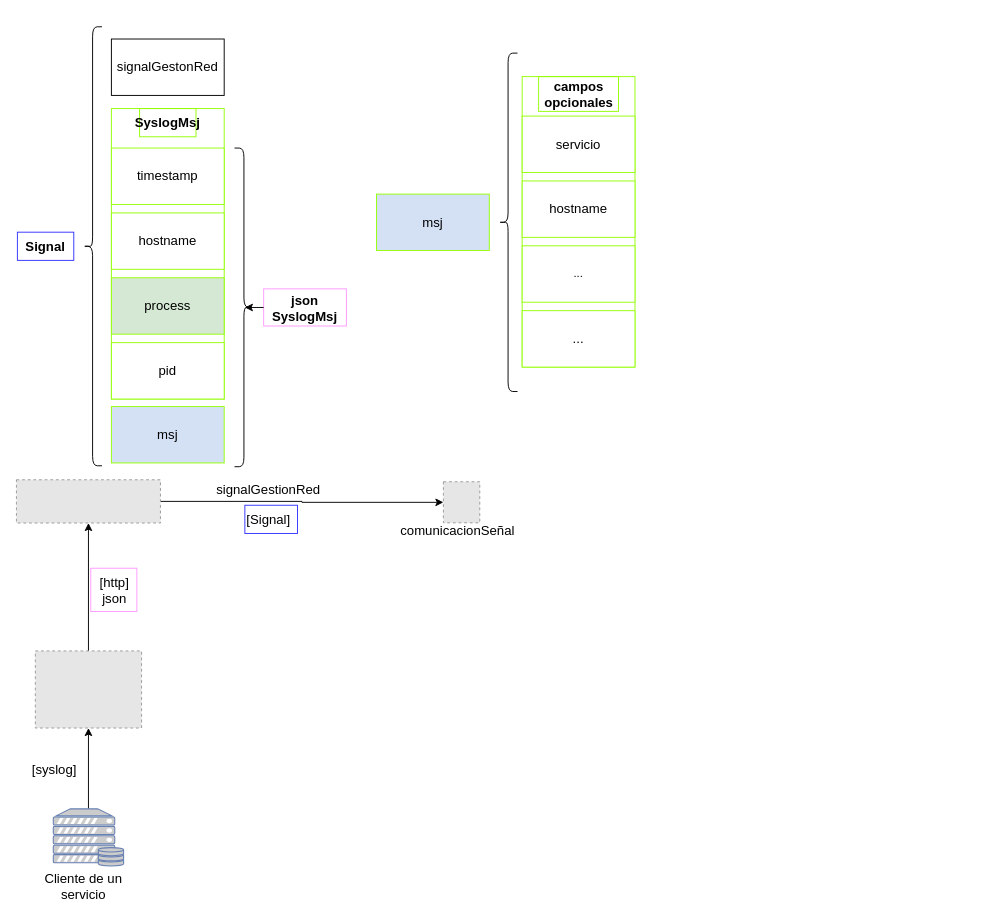
Earlier version of the draw.io diagram page "logstash-gestionRed-comunicacionSeñal" (1 of 4) of esquemaProcesos.drawio (MarianaReyesH/gestionRed). Source tidied: cells renumbered, new cells numbered last; positions are measured from the earlier drawing's top-left corner, leaving out a move shared by most shapes. Both pictures are drawn from the tidied source at 94%, with x=0, y=0 at pixel (16, 26). Pictures stored in the file or linked from it are replaced by grey dashed boxes.
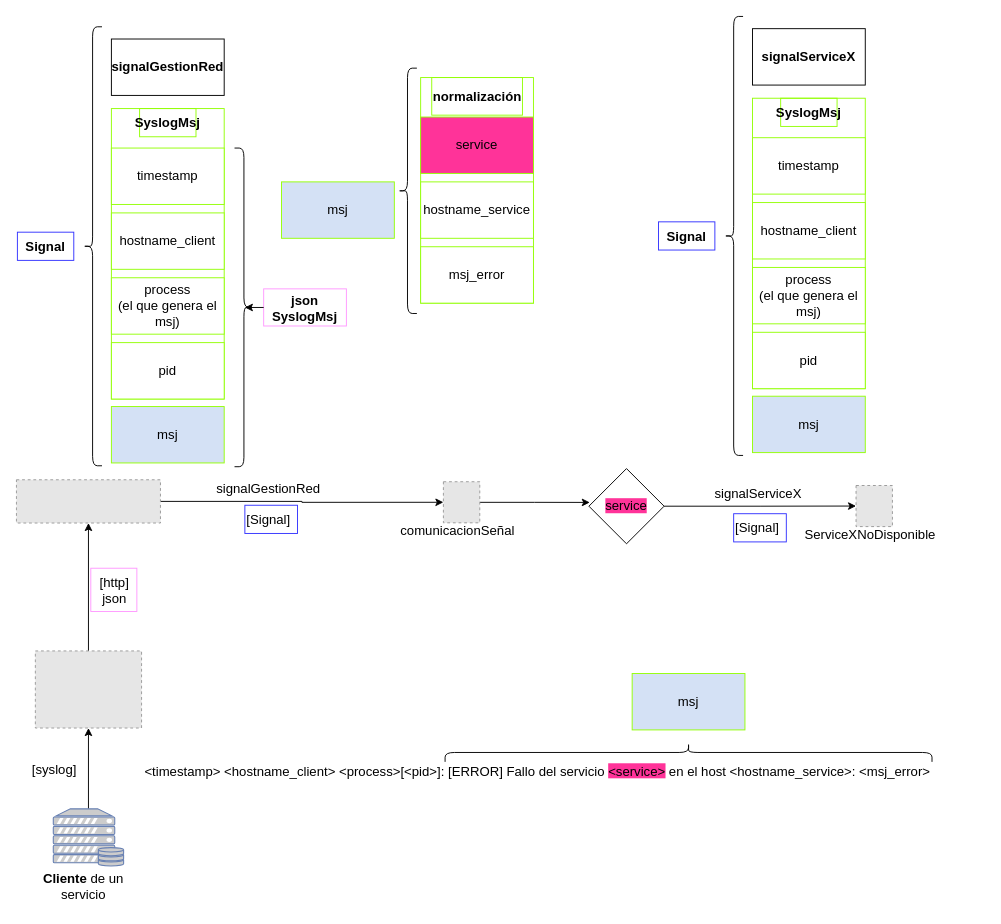
The same page after the edit.

Commit message (it also covers changes not shown here):
Fallo WIH - no aparece el .wid en el proceso serviceMailNoDisponible

The change refers to these unchanged cells:
```xml
<mxCell id="3" style="fillColor=#E6E6E6;strokeColor=#999999;dashed=1;verticalLabelPosition=bottom;labelBackgroundColor=default;verticalAlign=top;" parent="2" vertex="1">
  <mxGeometry x="57.2" width="38.7" height="43.7" as="geometry" />
</mxCell>
<mxCell id="6" style="fillColor=#E6E6E6;strokeColor=#999999;dashed=1;verticalLabelPosition=bottom;labelBackgroundColor=default;verticalAlign=top;" parent="1" vertex="1">
  <mxGeometry y="481.9" width="153.2" height="46" as="geometry" />
</mxCell>
<mxCell id="14" style="group;" parent="13" vertex="1">
  <mxGeometry width="220" height="467" as="geometry" />
</mxCell>
<mxCell id="15" style="group;strokeColor=#94FF08;" parent="14" vertex="1">
  <mxGeometry x="100" y="87" width="120" height="309" as="geometry" />
</mxCell>
```

What changed in the source:
```diff
@@
     <mxCell id="2" style="group;" parent="1" vertex="1">
-      <mxGeometry x="397" y="484" width="272" height="223" as="geometry" />
+      <mxGeometry x="397" y="484" width="378" height="264" as="geometry" />
     </mxCell>
+    <mxCell id="39" style="edgeStyle=orthogonalEdgeStyle;rounded=0;jettySize=auto;html=1;entryX=0.012;entryY=0.45;entryDx=0;entryDy=0;entryPerimeter=0;" parent="2" edge="1" source="3" target="40">
+      <mxGeometry relative="1" as="geometry" />
+    </mxCell>
@@
+    <mxCell id="40" value="&lt;span style=&quot;font-size: 14px; background-color: rgb(255, 51, 153);&quot;&gt;service&lt;/span&gt;" style="rhombus;whiteSpace=wrap;html=1;" parent="2" vertex="1">
+      <mxGeometry x="212" y="-14" width="80" height="80" as="geometry" />
+    </mxCell>
+    <mxCell id="41" value="&lt;font style=&quot;font-size: 14px;&quot;&gt;msj&lt;/font&gt;" style="rounded=0;whiteSpace=wrap;html=1;strokeColor=#94FF08;fillColor=#D4E1F5;" parent="2" vertex="1">
+      <mxGeometry x="258" y="204" width="120" height="60" as="geometry" />
+    </mxCell>
-    <mxCell id="5" style="edgeStyle=orthogonalEdgeStyle;rounded=0;jettySize=auto;html=1;" parent="1" edge="1" source="6" target="3">
+    <mxCell id="5" style="edgeStyle=orthogonalEdgeStyle;rounded=0;jettySize=auto;html=1;entryX=0;entryY=0.5;entryDx=0;entryDy=0;" parent="1" edge="1" source="6" target="3">
       <mxGeometry relative="1" as="geometry" />
     </mxCell>
@@
-    <mxCell id="17" value="&lt;font style=&quot;font-size: 14px;&quot;&gt;hostname&lt;/font&gt;" style="rounded=0;whiteSpace=wrap;html=1;strokeColor=#94FF08;" parent="15" vertex="1">
+    <mxCell id="17" value="&lt;font style=&quot;font-size: 14px;&quot;&gt;hostname_client&lt;/font&gt;" style="rounded=0;whiteSpace=wrap;html=1;strokeColor=#94FF08;" parent="15" vertex="1">
       <mxGeometry y="111" width="120" height="60" as="geometry" />
     </mxCell>
-    <mxCell id="18" value="&lt;font style=&quot;font-size: 14px;&quot;&gt;process&lt;/font&gt;" style="rounded=0;whiteSpace=wrap;html=1;strokeColor=#94FF08;fillColor=#D5E8D4;" parent="15" vertex="1">
+    <mxCell id="18" value="&lt;font style=&quot;font-size: 14px;&quot;&gt;process&lt;/font&gt;&lt;div&gt;&lt;font style=&quot;font-size: 14px;&quot;&gt;(el que genera el msj)&lt;/font&gt;&lt;/div&gt;" style="rounded=0;whiteSpace=wrap;html=1;strokeColor=#94FF08;fillColor=#FFFFFF;" parent="15" vertex="1">
       <mxGeometry y="180" width="120" height="60" as="geometry" />
     </mxCell>
@@
-    <mxCell id="22" value="&lt;font style=&quot;font-size: 14px;&quot;&gt;signalGestonRed&lt;/font&gt;" style="rounded=0;whiteSpace=wrap;html=1;" parent="14" vertex="1">
+    <mxCell id="22" value="&lt;font style=&quot;font-size: 14px;&quot;&gt;&lt;b&gt;signalGestionRed&lt;/b&gt;&lt;/font&gt;" style="rounded=0;whiteSpace=wrap;html=1;" parent="14" vertex="1">
       <mxGeometry x="100" y="13" width="120" height="60" as="geometry" />
     </mxCell>
@@
-    <mxCell id="30" value="&lt;font style=&quot;font-size: 14px;&quot;&gt;Cliente de un&lt;/font&gt;&lt;div&gt;&lt;font style=&quot;font-size: 14px;&quot;&gt;servicio&lt;/font&gt;&lt;/div&gt;" style="text;html=1;align=center;verticalAlign=middle;strokeColor=none;fillColor=none;" parent="1" vertex="1">
-      <mxGeometry x="20.1" y="891" width="101" height="46" as="geometry" />
+    <mxCell id="30" value="&lt;font style=&quot;font-size: 14px;&quot;&gt;&lt;b&gt;Cliente &lt;/b&gt;de un&lt;/font&gt;&lt;div&gt;&lt;font style=&quot;font-size: 14px;&quot;&gt;servicio&lt;/font&gt;&lt;/div&gt;" style="text;html=1;align=center;verticalAlign=middle;strokeColor=none;fillColor=none;" parent="1" vertex="1">
+      <mxGeometry x="19.1" y="891" width="104" height="46" as="geometry" />
     </mxCell>
     <mxCell id="31" style="shape=curlyBracket;whiteSpace=wrap;html=1;rounded=1;labelPosition=left;verticalLabelPosition=middle;align=right;verticalAlign=middle;" parent="1" vertex="1">
-      <mxGeometry x="513" y="28" width="20" height="360" as="geometry" />
+      <mxGeometry x="406" y="44" width="20" height="261" as="geometry" />
     </mxCell>
     <mxCell id="32" value="&lt;font style=&quot;font-size: 14px;&quot;&gt;msj&lt;/font&gt;" style="rounded=0;whiteSpace=wrap;html=1;strokeColor=#94FF08;fillColor=#D4E1F5;" parent="1" vertex="1">
-      <mxGeometry x="383" y="178" width="120" height="60" as="geometry" />
+      <mxGeometry x="282" y="165" width="120" height="60" as="geometry" />
     </mxCell>
-    <mxCell id="33" style="group;strokeColor=#94FF08;" parent="1" vertex="1">
-      <mxGeometry x="538" y="53" width="120" height="309" as="geometry" />
-    </mxCell>
-    <mxCell id="34" value="&lt;font style=&quot;font-size: 14px;&quot;&gt;servicio&lt;/font&gt;" style="rounded=0;whiteSpace=wrap;html=1;strokeColor=#94FF08;" parent="33" vertex="1">
-      <mxGeometry y="42" width="120" height="60" as="geometry" />
-    </mxCell>
-    <mxCell id="35" value="&lt;font style=&quot;font-size: 14px;&quot;&gt;hostname&lt;/font&gt;" style="rounded=0;whiteSpace=wrap;html=1;strokeColor=#94FF08;" parent="33" vertex="1">
-      <mxGeometry y="111" width="120" height="60" as="geometry" />
-    </mxCell>
-    <mxCell id="36" value="..." style="rounded=0;whiteSpace=wrap;html=1;strokeColor=#94FF08;fillColor=#FFFFFF;" parent="33" vertex="1">
-      <mxGeometry y="180" width="120" height="60" as="geometry" />
-    </mxCell>
-    <mxCell id="37" value="&lt;b&gt;&lt;font style=&quot;font-size: 14px;&quot;&gt;campos opcionales&lt;/font&gt;&lt;/b&gt;" style="text;html=1;align=center;verticalAlign=middle;whiteSpace=wrap;rounded=0;strokeColor=#94FF08;" parent="33" vertex="1">
-      <mxGeometry x="17.5" width="85" height="37" as="geometry" />
-    </mxCell>
-    <mxCell id="38" value="&lt;span style=&quot;font-size: 14px;&quot;&gt;...&lt;/span&gt;" style="rounded=0;whiteSpace=wrap;html=1;strokeColor=#94FF08;" parent="33" vertex="1">
-      <mxGeometry y="249" width="120" height="60" as="geometry" />
-    </mxCell>
+    <mxCell id="42" value="&lt;font style=&quot;font-size: 14px;&quot;&gt;&amp;lt;timestamp&amp;gt; &amp;lt;hostname_client&amp;gt; &amp;lt;process&amp;gt;[&amp;lt;pid&amp;gt;]: [ERROR] Fallo del servicio &lt;span style=&quot;background-color: rgb(255, 51, 153);&quot;&gt;&amp;lt;service&amp;gt;&lt;/span&gt; en el host &amp;lt;hostname_service&amp;gt;: &amp;lt;msj_error&amp;gt;&lt;/font&gt;" style="text;html=1;align=center;verticalAlign=middle;whiteSpace=wrap;rounded=0;" parent="1" vertex="1">
+      <mxGeometry x="79.1" y="776" width="950.9" height="32" as="geometry" />
+    </mxCell>
+    <mxCell id="43" style="fillColor=#E6E6E6;strokeColor=#999999;dashed=1;verticalLabelPosition=bottom;labelBackgroundColor=default;verticalAlign=top;" parent="1" vertex="1">
+      <mxGeometry x="893.2" y="488" width="38.7" height="43.7" as="geometry" />
+    </mxCell>
+    <mxCell id="44" value="&lt;span style=&quot;font-size: 14px;&quot;&gt;ServiceXNoDisponible&lt;/span&gt;" style="text;html=1;align=center;verticalAlign=middle;whiteSpace=wrap;rounded=0;" parent="1" vertex="1">
+      <mxGeometry x="832" y="518" width="153" height="43.1" as="geometry" />
+    </mxCell>
+    <mxCell id="45" style="edgeStyle=orthogonalEdgeStyle;rounded=0;jettySize=auto;html=1;entryX=0;entryY=0.5;entryDx=0;entryDy=0;exitX=1;exitY=0.5;exitDx=0;exitDy=0;" parent="1" edge="1" source="40" target="43">
+      <mxGeometry relative="1" as="geometry" />
+    </mxCell>
+    <mxCell id="46" value="&lt;span style=&quot;color: rgb(0, 0, 0); font-family: Helvetica; font-size: 14px; font-style: normal; font-variant-ligatures: normal; font-variant-caps: normal; font-weight: 400; letter-spacing: normal; orphans: 2; text-align: center; text-indent: 0px; text-transform: none; widows: 2; word-spacing: 0px; -webkit-text-stroke-width: 0px; white-space: normal; background-color: rgb(255, 255, 255); text-decoration-thickness: initial; text-decoration-style: initial; text-decoration-color: initial; display: inline !important; float: none;&quot;&gt;signalServiceX&lt;/span&gt;" style="text;whiteSpace=wrap;html=1;" parent="1" vertex="1">
+      <mxGeometry x="741" y="481.9" width="149" height="39" as="geometry" />
+    </mxCell>
+    <mxCell id="47" style="group;" parent="1" vertex="1">
+      <mxGeometry x="683" y="-11" width="220" height="467" as="geometry" />
+    </mxCell>
+    <mxCell id="48" style="group;strokeColor=#94FF08;" parent="47" vertex="1">
+      <mxGeometry x="100" y="87" width="120" height="309" as="geometry" />
+    </mxCell>
+    <mxCell id="49" value="&lt;font style=&quot;font-size: 14px;&quot;&gt;timestamp&lt;/font&gt;" style="rounded=0;whiteSpace=wrap;html=1;strokeColor=#94FF08;" parent="48" vertex="1">
+      <mxGeometry y="42" width="120" height="60" as="geometry" />
+    </mxCell>
+    <mxCell id="50" value="&lt;font style=&quot;font-size: 14px;&quot;&gt;hostname_client&lt;/font&gt;" style="rounded=0;whiteSpace=wrap;html=1;strokeColor=#94FF08;" parent="48" vertex="1">
+      <mxGeometry y="111" width="120" height="60" as="geometry" />
+    </mxCell>
+    <mxCell id="51" value="&lt;font style=&quot;font-size: 14px;&quot;&gt;process&lt;/font&gt;&lt;div&gt;&lt;font style=&quot;font-size: 14px;&quot;&gt;(el que genera el msj)&lt;/font&gt;&lt;/div&gt;" style="rounded=0;whiteSpace=wrap;html=1;strokeColor=#94FF08;fillColor=#FFFFFF;" parent="48" vertex="1">
+      <mxGeometry y="180" width="120" height="60" as="geometry" />
+    </mxCell>
+    <mxCell id="52" value="&lt;b&gt;&lt;font style=&quot;font-size: 14px;&quot;&gt;SyslogMsj&lt;/font&gt;&lt;/b&gt;" style="text;html=1;align=center;verticalAlign=middle;whiteSpace=wrap;rounded=0;strokeColor=#94FF08;" parent="48" vertex="1">
+      <mxGeometry x="30" width="60" height="30" as="geometry" />
+    </mxCell>
+    <mxCell id="53" value="&lt;span style=&quot;font-size: 14px;&quot;&gt;pid&lt;/span&gt;" style="rounded=0;whiteSpace=wrap;html=1;strokeColor=#94FF08;" parent="48" vertex="1">
+      <mxGeometry y="249" width="120" height="60" as="geometry" />
+    </mxCell>
+    <mxCell id="54" value="&lt;b&gt;&lt;font style=&quot;font-size: 14px;&quot;&gt;Signal&lt;/font&gt;&lt;/b&gt;" style="text;html=1;align=center;verticalAlign=middle;whiteSpace=wrap;rounded=0;strokeColor=#3333FF;" parent="47" vertex="1">
+      <mxGeometry y="218.5" width="60" height="30" as="geometry" />
+    </mxCell>
+    <mxCell id="55" value="&lt;span style=&quot;font-size: 14px;&quot;&gt;&lt;b&gt;signalServiceX&lt;/b&gt;&lt;/span&gt;" style="rounded=0;whiteSpace=wrap;html=1;" parent="47" vertex="1">
+      <mxGeometry x="100" y="13" width="120" height="60" as="geometry" />
+    </mxCell>
+    <mxCell id="56" style="shape=curlyBracket;whiteSpace=wrap;html=1;rounded=1;flipH=1;labelPosition=right;verticalLabelPosition=middle;align=left;verticalAlign=middle;rotation=-180;" parent="47" vertex="1">
+      <mxGeometry x="70" width="20" height="467" as="geometry" />
+    </mxCell>
+    <mxCell id="57" value="&lt;font style=&quot;font-size: 14px;&quot;&gt;msj&lt;/font&gt;" style="rounded=0;whiteSpace=wrap;html=1;strokeColor=#94FF08;fillColor=#D4E1F5;" parent="47" vertex="1">
+      <mxGeometry x="100" y="404" width="120" height="60" as="geometry" />
+    </mxCell>
+    <mxCell id="58" value="&lt;span style=&quot;color: rgb(0, 0, 0); font-family: Helvetica; font-size: 14px; font-style: normal; font-variant-ligatures: normal; font-variant-caps: normal; font-weight: 400; letter-spacing: normal; orphans: 2; text-align: center; text-indent: 0px; text-transform: none; widows: 2; word-spacing: 0px; -webkit-text-stroke-width: 0px; white-space: nowrap; background-color: rgb(255, 255, 255); text-decoration-thickness: initial; text-decoration-style: initial; text-decoration-color: initial; display: inline !important; float: none;&quot;&gt;[S&lt;/span&gt;&lt;font style=&quot;forced-color-adjust: none; color: rgb(0, 0, 0); font-family: Helvetica; font-size: 14px; font-style: normal; font-variant-ligatures: normal; font-variant-caps: normal; font-weight: 400; letter-spacing: normal; orphans: 2; text-align: center; text-indent: 0px; text-transform: none; widows: 2; word-spacing: 0px; -webkit-text-stroke-width: 0px; white-space: nowrap; background-color: rgb(255, 255, 255); text-decoration-thickness: initial; text-decoration-style: initial; text-decoration-color: initial;&quot;&gt;ignal&lt;/font&gt;&lt;span style=&quot;color: rgb(0, 0, 0); font-family: Helvetica; font-size: 14px; font-style: normal; font-variant-ligatures: normal; font-variant-caps: normal; font-weight: 400; letter-spacing: normal; orphans: 2; text-align: center; text-indent: 0px; text-transform: none; widows: 2; word-spacing: 0px; -webkit-text-stroke-width: 0px; white-space: nowrap; background-color: rgb(255, 255, 255); text-decoration-thickness: initial; text-decoration-style: initial; text-decoration-color: initial; display: inline !important; float: none;&quot;&gt;]&amp;nbsp;&lt;/span&gt;" style="text;whiteSpace=wrap;html=1;strokeColor=#3333FF;" parent="1" vertex="1">
+      <mxGeometry x="763" y="518" width="56" height="30" as="geometry" />
+    </mxCell>
+    <mxCell id="59" style="group;" parent="1" vertex="1">
+      <mxGeometry x="430" y="54" width="120" height="240" as="geometry" />
+    </mxCell>
+    <mxCell id="60" style="group;strokeColor=#94FF08;" parent="59" vertex="1">
+      <mxGeometry width="120" height="240" as="geometry" />
+    </mxCell>
+    <mxCell id="61" value="&lt;span style=&quot;font-size: 14px;&quot;&gt;service&lt;/span&gt;" style="rounded=0;whiteSpace=wrap;html=1;strokeColor=#94FF08;fillColor=#FF3399;" parent="59" vertex="1">
+      <mxGeometry y="42" width="120" height="60" as="geometry" />
+    </mxCell>
+    <mxCell id="62" value="&lt;span style=&quot;font-size: 14px;&quot;&gt;hostname_service&lt;/span&gt;" style="rounded=0;whiteSpace=wrap;html=1;strokeColor=#94FF08;" parent="59" vertex="1">
+      <mxGeometry y="111" width="120" height="60" as="geometry" />
+    </mxCell>
+    <mxCell id="63" value="&lt;span style=&quot;font-size: 14px;&quot;&gt;msj_error&lt;/span&gt;" style="rounded=0;whiteSpace=wrap;html=1;strokeColor=#94FF08;fillColor=#FFFFFF;" parent="59" vertex="1">
+      <mxGeometry y="180" width="120" height="60" as="geometry" />
+    </mxCell>
+    <mxCell id="64" value="&lt;b&gt;&lt;font style=&quot;font-size: 14px;&quot;&gt;normalización&lt;/font&gt;&lt;/b&gt;" style="text;html=1;align=center;verticalAlign=middle;whiteSpace=wrap;rounded=0;strokeColor=#94FF08;" parent="59" vertex="1">
+      <mxGeometry x="11.8" width="96.5" height="40" as="geometry" />
+    </mxCell>
+    <mxCell id="65" style="shape=curlyBracket;whiteSpace=wrap;html=1;rounded=1;flipH=1;labelPosition=right;verticalLabelPosition=middle;align=left;verticalAlign=middle;rotation=-90;" parent="1" vertex="1">
+      <mxGeometry x="705" y="513" width="20" height="518" as="geometry" />
+    </mxCell>
```
